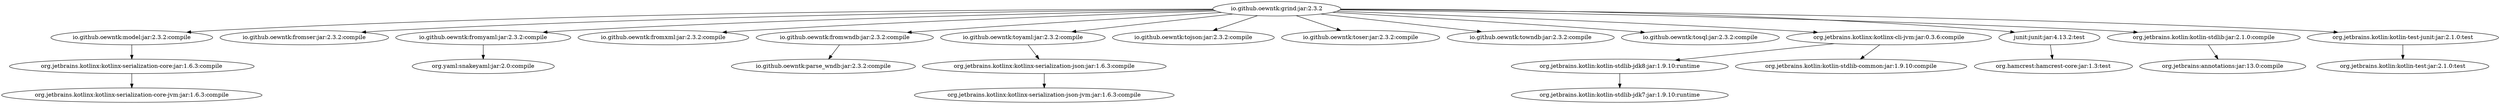
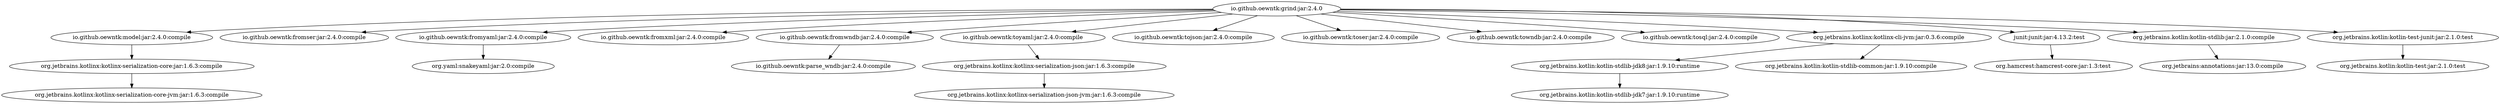
- digraph "io.github.oewntk:grind:jar:2.3.2" {
- 	"io.github.oewntk:grind:jar:2.3.2" -> "io.github.oewntk:model:jar:2.3.2:compile" ;
- 	"io.github.oewntk:grind:jar:2.3.2" -> "io.github.oewntk:fromser:jar:2.3.2:compile" ;
- 	"io.github.oewntk:grind:jar:2.3.2" -> "io.github.oewntk:fromyaml:jar:2.3.2:compile" ;
- 	"io.github.oewntk:grind:jar:2.3.2" -> "io.github.oewntk:fromxml:jar:2.3.2:compile" ;
- 	"io.github.oewntk:grind:jar:2.3.2" -> "io.github.oewntk:fromwndb:jar:2.3.2:compile" ;
- 	"io.github.oewntk:grind:jar:2.3.2" -> "io.github.oewntk:toyaml:jar:2.3.2:compile" ;
- 	"io.github.oewntk:grind:jar:2.3.2" -> "io.github.oewntk:tojson:jar:2.3.2:compile" ;
- 	"io.github.oewntk:grind:jar:2.3.2" -> "io.github.oewntk:toser:jar:2.3.2:compile" ;
- 	"io.github.oewntk:grind:jar:2.3.2" -> "io.github.oewntk:towndb:jar:2.3.2:compile" ;
- 	"io.github.oewntk:grind:jar:2.3.2" -> "io.github.oewntk:tosql:jar:2.3.2:compile" ;
- 	"io.github.oewntk:grind:jar:2.3.2" -> "org.jetbrains.kotlinx:kotlinx-cli-jvm:jar:0.3.6:compile" ;
- 	"io.github.oewntk:grind:jar:2.3.2" -> "junit:junit:jar:4.13.2:test" ;
- 	"io.github.oewntk:grind:jar:2.3.2" -> "org.jetbrains.kotlin:kotlin-stdlib:jar:2.1.0:compile" ;
- 	"io.github.oewntk:grind:jar:2.3.2" -> "org.jetbrains.kotlin:kotlin-test-junit:jar:2.1.0:test" ;
- 	"io.github.oewntk:model:jar:2.3.2:compile" -> "org.jetbrains.kotlinx:kotlinx-serialization-core:jar:1.6.3:compile" ;
+ digraph "io.github.oewntk:grind:jar:2.4.0" {
+ 	"io.github.oewntk:grind:jar:2.4.0" -> "io.github.oewntk:model:jar:2.4.0:compile" ;
+ 	"io.github.oewntk:grind:jar:2.4.0" -> "io.github.oewntk:fromser:jar:2.4.0:compile" ;
+ 	"io.github.oewntk:grind:jar:2.4.0" -> "io.github.oewntk:fromyaml:jar:2.4.0:compile" ;
+ 	"io.github.oewntk:grind:jar:2.4.0" -> "io.github.oewntk:fromxml:jar:2.4.0:compile" ;
+ 	"io.github.oewntk:grind:jar:2.4.0" -> "io.github.oewntk:fromwndb:jar:2.4.0:compile" ;
+ 	"io.github.oewntk:grind:jar:2.4.0" -> "io.github.oewntk:toyaml:jar:2.4.0:compile" ;
+ 	"io.github.oewntk:grind:jar:2.4.0" -> "io.github.oewntk:tojson:jar:2.4.0:compile" ;
+ 	"io.github.oewntk:grind:jar:2.4.0" -> "io.github.oewntk:toser:jar:2.4.0:compile" ;
+ 	"io.github.oewntk:grind:jar:2.4.0" -> "io.github.oewntk:towndb:jar:2.4.0:compile" ;
+ 	"io.github.oewntk:grind:jar:2.4.0" -> "io.github.oewntk:tosql:jar:2.4.0:compile" ;
+ 	"io.github.oewntk:grind:jar:2.4.0" -> "org.jetbrains.kotlinx:kotlinx-cli-jvm:jar:0.3.6:compile" ;
+ 	"io.github.oewntk:grind:jar:2.4.0" -> "junit:junit:jar:4.13.2:test" ;
+ 	"io.github.oewntk:grind:jar:2.4.0" -> "org.jetbrains.kotlin:kotlin-stdlib:jar:2.1.0:compile" ;
+ 	"io.github.oewntk:grind:jar:2.4.0" -> "org.jetbrains.kotlin:kotlin-test-junit:jar:2.1.0:test" ;
+ 	"io.github.oewntk:model:jar:2.4.0:compile" -> "org.jetbrains.kotlinx:kotlinx-serialization-core:jar:1.6.3:compile" ;
	"org.jetbrains.kotlinx:kotlinx-serialization-core:jar:1.6.3:compile" -> "org.jetbrains.kotlinx:kotlinx-serialization-core-jvm:jar:1.6.3:compile" ;
- 	"io.github.oewntk:fromyaml:jar:2.3.2:compile" -> "org.yaml:snakeyaml:jar:2.0:compile" ;
- 	"io.github.oewntk:fromwndb:jar:2.3.2:compile" -> "io.github.oewntk:parse_wndb:jar:2.3.2:compile" ;
- 	"io.github.oewntk:toyaml:jar:2.3.2:compile" -> "org.jetbrains.kotlinx:kotlinx-serialization-json:jar:1.6.3:compile" ;
+ 	"io.github.oewntk:fromyaml:jar:2.4.0:compile" -> "org.yaml:snakeyaml:jar:2.0:compile" ;
+ 	"io.github.oewntk:fromwndb:jar:2.4.0:compile" -> "io.github.oewntk:parse_wndb:jar:2.4.0:compile" ;
+ 	"io.github.oewntk:toyaml:jar:2.4.0:compile" -> "org.jetbrains.kotlinx:kotlinx-serialization-json:jar:1.6.3:compile" ;
	"org.jetbrains.kotlinx:kotlinx-serialization-json:jar:1.6.3:compile" -> "org.jetbrains.kotlinx:kotlinx-serialization-json-jvm:jar:1.6.3:compile" ;
	"org.jetbrains.kotlinx:kotlinx-cli-jvm:jar:0.3.6:compile" -> "org.jetbrains.kotlin:kotlin-stdlib-jdk8:jar:1.9.10:runtime" ;
	"org.jetbrains.kotlinx:kotlinx-cli-jvm:jar:0.3.6:compile" -> "org.jetbrains.kotlin:kotlin-stdlib-common:jar:1.9.10:compile" ;
	"org.jetbrains.kotlin:kotlin-stdlib-jdk8:jar:1.9.10:runtime" -> "org.jetbrains.kotlin:kotlin-stdlib-jdk7:jar:1.9.10:runtime" ;
	"junit:junit:jar:4.13.2:test" -> "org.hamcrest:hamcrest-core:jar:1.3:test" ;
	"org.jetbrains.kotlin:kotlin-stdlib:jar:2.1.0:compile" -> "org.jetbrains:annotations:jar:13.0:compile" ;
	"org.jetbrains.kotlin:kotlin-test-junit:jar:2.1.0:test" -> "org.jetbrains.kotlin:kotlin-test:jar:2.1.0:test" ;
 }